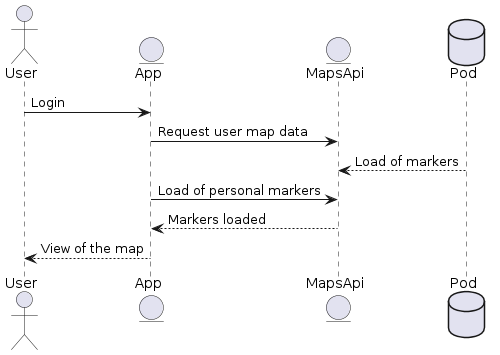
This is images/Sequence diagram2.png from Arquisoft/lomap_es4a, a PlantUML export, as it was before one commit.
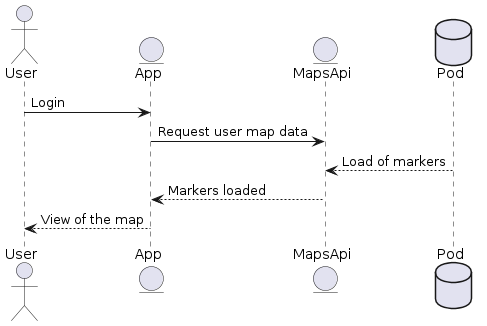
The same diagram one commit later.

What changed in the source:
```diff
@@ -6,7 +6,6 @@
 User -> App: Login
 App -> MapsApi: Request user map data
 Pod --> MapsApi: Load of markers
-App -> MapsApi: Load of personal markers
 MapsApi--> App : Markers loaded
 App --> User: View of the map
 @enduml
```
